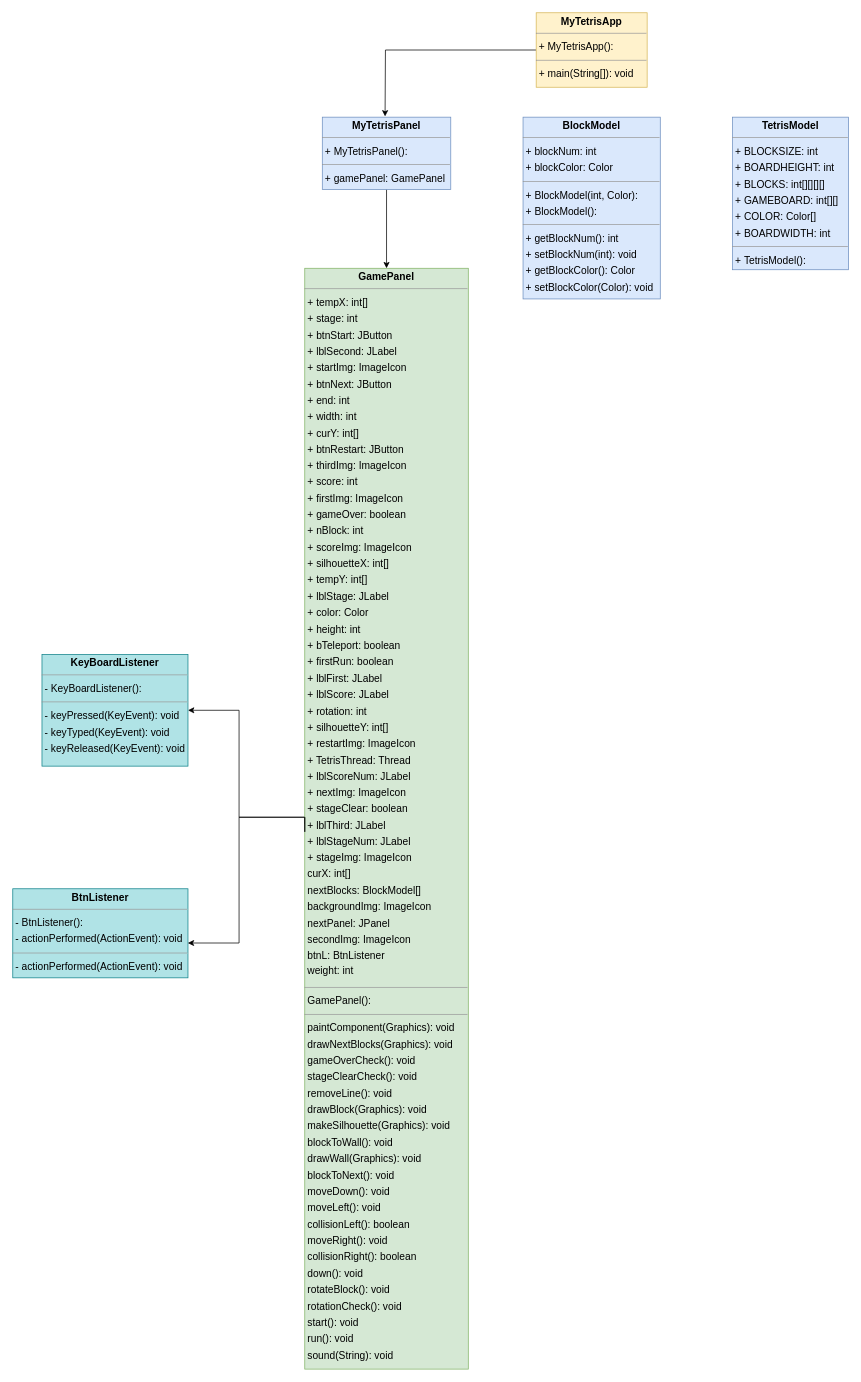
Earlier version of the draw.io diagram exported_from_idea.drawio (Yijun-Jeon/Tetris). Source tidied: cells renumbered, new cells numbered last; positions are measured from the earlier drawing's top-left corner, leaving out a move shared by most shapes. Both pictures are drawn from the tidied source at 73%, with x=0, y=0 at pixel (12, 12).
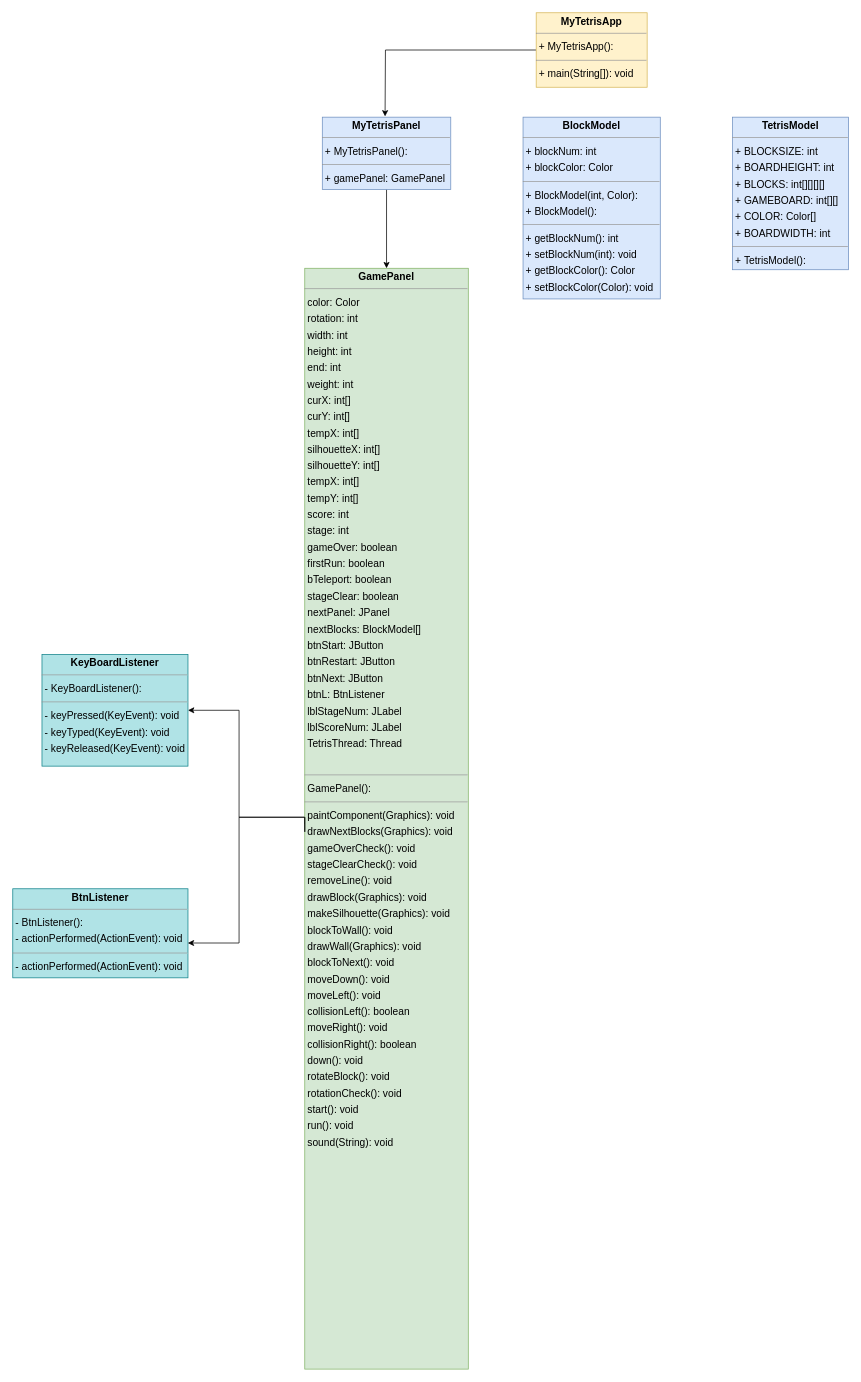
The same page after the edit.

Change to the diagram source:
```diff
@@
 <mxGraphModel>
   <root>
     <mxCell id="0" />
     <mxCell id="1" parent="0" />
     <mxCell id="2" value="&lt;p style=&quot;margin:0px;margin-top:4px;text-align:center;&quot;&gt;&lt;b&gt;BlockModel&lt;/b&gt;&lt;/p&gt;&lt;hr size=&quot;1&quot;&gt;&lt;p style=&quot;margin:0 0 0 4px;line-height:1.6;&quot;&gt;+ blockNum: int&lt;br&gt;+ blockColor: Color&lt;br&gt;&lt;/p&gt;&lt;hr size=&quot;1&quot;&gt;&lt;p style=&quot;margin:0 0 0 4px;line-height:1.6;&quot;&gt;+ BlockModel(int, Color): &lt;br&gt;+ BlockModel(): &lt;/p&gt;&lt;hr size=&quot;1&quot;&gt;&lt;p style=&quot;margin:0 0 0 4px;line-height:1.6;&quot;&gt;&lt;span style=&quot;&quot;&gt;+ getBlockNum(): int&lt;/span&gt;&lt;br style=&quot;&quot;&gt;&lt;span style=&quot;&quot;&gt;+ setBlockNum(int): void&lt;/span&gt;&lt;br style=&quot;&quot;&gt;&lt;span style=&quot;&quot;&gt;+ getBlockColor(): Color&lt;/span&gt;&lt;br style=&quot;&quot;&gt;&lt;span style=&quot;&quot;&gt;+ setBlockColor(Color): void&lt;/span&gt;&lt;br&gt;&lt;/p&gt;" style="verticalAlign=top;align=left;overflow=fill;fontSize=14;fontFamily=Helvetica;html=1;rounded=0;shadow=0;comic=0;labelBackgroundColor=none;strokeWidth=1;fillColor=#dae8fc;strokeColor=#6c8ebf;" parent="1" vertex="1">
       <mxGeometry x="699" y="143" width="188" height="249" as="geometry" />
     </mxCell>
     <mxCell id="3" value="&lt;p style=&quot;margin:0px;margin-top:4px;text-align:center;&quot;&gt;&lt;b&gt;BtnListener&lt;/b&gt;&lt;/p&gt;&lt;hr size=&quot;1&quot;&gt;&lt;p style=&quot;margin:0 0 0 4px;line-height:1.6;&quot;&gt;- BtnListener():&lt;br&gt;&lt;/p&gt;&lt;p style=&quot;margin:0 0 0 4px;line-height:1.6;&quot;&gt;- actionPerformed(ActionEvent): void&lt;/p&gt;&lt;hr size=&quot;1&quot;&gt;&lt;p style=&quot;margin:0 0 0 4px;line-height:1.6;&quot;&gt;- actionPerformed(ActionEvent): void&lt;br&gt;&lt;/p&gt;" style="verticalAlign=top;align=left;overflow=fill;fontSize=14;fontFamily=Helvetica;html=1;rounded=0;shadow=0;comic=0;labelBackgroundColor=none;strokeWidth=1;fillColor=#b0e3e6;strokeColor=#0e8088;" parent="1" vertex="1">
       <mxGeometry y="1200" width="240" height="122" as="geometry" />
     </mxCell>
     <mxCell id="4" style="edgeStyle=orthogonalEdgeStyle;rounded=0;jettySize=auto;html=1;entryX=1;entryY=0.5;entryDx=0;entryDy=0;exitX=0;exitY=0.505;exitDx=0;exitDy=0;exitPerimeter=0;" parent="1" edge="1" source="5" target="6">
       <mxGeometry relative="1" as="geometry">
         <Array as="points">
           <mxPoint x="400" y="1102" />
           <mxPoint x="310" y="1102" />
           <mxPoint x="310" y="956" />
         </Array>
       </mxGeometry>
     </mxCell>
-    <mxCell id="5" value="&lt;p style=&quot;margin:0px;margin-top:4px;text-align:center;&quot;&gt;&lt;b&gt;GamePanel&lt;/b&gt;&lt;/p&gt;&lt;hr size=&quot;1&quot;&gt;&lt;p style=&quot;margin:0 0 0 4px;line-height:1.6;&quot;&gt;+ tempX: int[]&lt;br&gt;+ stage: int&lt;br&gt;+ btnStart: JButton&lt;br&gt;+ lblSecond: JLabel&lt;br&gt;+ startImg: ImageIcon&lt;br&gt;+ btnNext: JButton&lt;br&gt;+ end: int&lt;br&gt;+ width: int&lt;br&gt;+ curY: int[]&lt;br&gt;+ btnRestart: JButton&lt;br&gt;+ thirdImg: ImageIcon&lt;br&gt;+ score: int&lt;br&gt;+ firstImg: ImageIcon&lt;br&gt;+ gameOver: boolean&lt;br&gt;+ nBlock: int&lt;br&gt;+ scoreImg: ImageIcon&lt;br&gt;+ silhouetteX: int[]&lt;br&gt;+ tempY: int[]&lt;br&gt;+ lblStage: JLabel&lt;br&gt;+ color: Color&lt;br&gt;+ height: int&lt;br&gt;+ bTeleport: boolean&lt;br&gt;+ firstRun: boolean&lt;br&gt;+ lblFirst: JLabel&lt;br&gt;+ lblScore: JLabel&lt;br&gt;+ rotation: int&lt;br&gt;+ silhouetteY: int[]&lt;br&gt;+ restartImg: ImageIcon&lt;br&gt;+ TetrisThread: Thread&lt;br&gt;+ lblScoreNum: JLabel&lt;br&gt;+ nextImg: ImageIcon&lt;br&gt;+ stageClear: boolean&lt;br&gt;+ lblThird: JLabel&lt;br&gt;+ lblStageNum: JLabel&lt;br&gt;+ stageImg: ImageIcon&lt;br&gt;curX: int[]&lt;br&gt;nextBlocks: BlockModel[]&lt;br&gt;backgroundImg: ImageIcon&lt;br&gt;nextPanel: JPanel&lt;br&gt;secondImg: ImageIcon&lt;br&gt;btnL: BtnListener&lt;br&gt;&lt;/p&gt;&lt;div style=&quot;text-align: justify;&quot;&gt;&lt;span style=&quot;background-color: initial;&quot;&gt;&amp;nbsp;weight: int&lt;/span&gt;&lt;/div&gt;&lt;p&gt;&lt;/p&gt;&lt;hr size=&quot;1&quot;&gt;&lt;p style=&quot;margin:0 0 0 4px;line-height:1.6;&quot;&gt;GamePanel(): &lt;/p&gt;&lt;hr size=&quot;1&quot;&gt;&lt;p style=&quot;margin:0 0 0 4px;line-height:1.6;&quot;&gt;paintComponent(Graphics): void&lt;/p&gt;&lt;p style=&quot;margin:0 0 0 4px;line-height:1.6;&quot;&gt;drawNextBlocks(Graphics): void&lt;/p&gt;&lt;p style=&quot;margin:0 0 0 4px;line-height:1.6;&quot;&gt;gameOverCheck(): void&lt;/p&gt;&lt;p style=&quot;margin:0 0 0 4px;line-height:1.6;&quot;&gt;stageClearCheck(): void&lt;br&gt;&lt;/p&gt;&lt;p style=&quot;margin:0 0 0 4px;line-height:1.6;&quot;&gt;removeLine(): void&lt;br&gt;&lt;/p&gt;&lt;p style=&quot;margin:0 0 0 4px;line-height:1.6;&quot;&gt;drawBlock(Graphics): void&lt;/p&gt;&lt;p style=&quot;margin:0 0 0 4px;line-height:1.6;&quot;&gt;makeSilhouette(Graphics): void&lt;/p&gt;&lt;p style=&quot;margin:0 0 0 4px;line-height:1.6;&quot;&gt;blockToWall(): void&lt;/p&gt;&lt;p style=&quot;margin:0 0 0 4px;line-height:1.6;&quot;&gt;&lt;span style=&quot;background-color: initial;&quot;&gt;drawWall(Graphics): void&lt;/span&gt;&lt;br&gt;&lt;/p&gt;&lt;p style=&quot;margin:0 0 0 4px;line-height:1.6;&quot;&gt;&lt;span style=&quot;background-color: initial;&quot;&gt;blockToNext(): void&lt;/span&gt;&lt;br&gt;&lt;/p&gt;&lt;p style=&quot;margin:0 0 0 4px;line-height:1.6;&quot;&gt;moveDown(): void&lt;span style=&quot;background-color: initial;&quot;&gt;&lt;br&gt;&lt;/span&gt;&lt;/p&gt;&lt;p style=&quot;margin:0 0 0 4px;line-height:1.6;&quot;&gt;moveLeft(): void&lt;br&gt;&lt;/p&gt;&lt;p style=&quot;margin:0 0 0 4px;line-height:1.6;&quot;&gt;collisionLeft(): boolean&lt;br&gt;&lt;/p&gt;&lt;p style=&quot;margin:0 0 0 4px;line-height:1.6;&quot;&gt;moveRight(): void&lt;br&gt;&lt;/p&gt;&lt;p style=&quot;margin:0 0 0 4px;line-height:1.6;&quot;&gt;collisionRight(): boolean&lt;br&gt;&lt;/p&gt;&lt;p style=&quot;margin:0 0 0 4px;line-height:1.6;&quot;&gt;down(): void&lt;/p&gt;&lt;p style=&quot;margin:0 0 0 4px;line-height:1.6;&quot;&gt;rotateBlock(): void&lt;br&gt;&lt;/p&gt;&lt;p style=&quot;margin:0 0 0 4px;line-height:1.6;&quot;&gt;rotationCheck(): void&lt;br&gt;&lt;/p&gt;&lt;p style=&quot;margin:0 0 0 4px;line-height:1.6;&quot;&gt;start(): void&lt;br&gt;&lt;/p&gt;&lt;p style=&quot;margin:0 0 0 4px;line-height:1.6;&quot;&gt;run(): void&lt;/p&gt;&lt;p style=&quot;margin:0 0 0 4px;line-height:1.6;&quot;&gt;sound(String): void&lt;/p&gt;&lt;p style=&quot;margin:0 0 0 4px;line-height:1.6;&quot;&gt;&lt;br&gt;&lt;/p&gt;" style="verticalAlign=top;align=left;overflow=fill;fontSize=14;fontFamily=Helvetica;html=1;rounded=0;shadow=0;comic=0;labelBackgroundColor=none;strokeWidth=1;fillColor=#d5e8d4;strokeColor=#82b366;" parent="1" vertex="1">
+    <mxCell id="5" value="&lt;p style=&quot;margin:0px;margin-top:4px;text-align:center;&quot;&gt;&lt;b&gt;GamePanel&lt;/b&gt;&lt;/p&gt;&lt;hr size=&quot;1&quot;&gt;&lt;p style=&quot;margin:0 0 0 4px;line-height:1.6;&quot;&gt;color: Color&lt;br&gt;&lt;/p&gt;&lt;p style=&quot;margin:0 0 0 4px;line-height:1.6;&quot;&gt;rotation: int&lt;br&gt;&lt;/p&gt;&lt;p style=&quot;margin:0 0 0 4px;line-height:1.6;&quot;&gt;width: int&lt;br&gt;&lt;/p&gt;&lt;p style=&quot;margin:0 0 0 4px;line-height:1.6;&quot;&gt;height: int&lt;br&gt;&lt;/p&gt;&lt;p style=&quot;margin:0 0 0 4px;line-height:1.6;&quot;&gt;end: int&lt;br&gt;&lt;/p&gt;&lt;p style=&quot;margin:0 0 0 4px;line-height:1.6;&quot;&gt;&lt;span style=&quot;text-align: justify;&quot;&gt;weight: int&lt;/span&gt;&lt;br&gt;&lt;/p&gt;&lt;p style=&quot;margin:0 0 0 4px;line-height:1.6;&quot;&gt;curX: int[]&lt;span style=&quot;text-align: justify;&quot;&gt;&lt;br&gt;&lt;/span&gt;&lt;/p&gt;&lt;p style=&quot;margin:0 0 0 4px;line-height:1.6;&quot;&gt;curY: int[]&lt;span style=&quot;text-align: justify;&quot;&gt;&lt;br&gt;&lt;/span&gt;&lt;/p&gt;&lt;p style=&quot;margin:0 0 0 4px;line-height:1.6;&quot;&gt;tempX: int[]&lt;/p&gt;&lt;p style=&quot;margin:0 0 0 4px;line-height:1.6;&quot;&gt;silhouetteX: int[]&lt;/p&gt;&lt;p style=&quot;margin:0 0 0 4px;line-height:1.6;&quot;&gt;silhouetteY: int[]&lt;/p&gt;&lt;p style=&quot;margin:0 0 0 4px;line-height:1.6;&quot;&gt;tempX: int[]&lt;/p&gt;&lt;p style=&quot;margin:0 0 0 4px;line-height:1.6;&quot;&gt;tempY: int[]&lt;/p&gt;&lt;p style=&quot;margin:0 0 0 4px;line-height:1.6;&quot;&gt;score: int&lt;br&gt;stage: int&lt;/p&gt;&lt;p style=&quot;margin:0 0 0 4px;line-height:1.6;&quot;&gt;gameOver: boolean&lt;/p&gt;&lt;p style=&quot;margin:0 0 0 4px;line-height:1.6;&quot;&gt;firstRun: boolean&lt;/p&gt;&lt;p style=&quot;margin:0 0 0 4px;line-height:1.6;&quot;&gt;bTeleport: boolean&lt;/p&gt;&lt;p style=&quot;margin:0 0 0 4px;line-height:1.6;&quot;&gt;stageClear: boolean&lt;/p&gt;&lt;p style=&quot;margin:0 0 0 4px;line-height:1.6;&quot;&gt;nextPanel: JPanel&lt;/p&gt;&lt;p style=&quot;margin:0 0 0 4px;line-height:1.6;&quot;&gt;nextBlocks: BlockModel[]&lt;/p&gt;&lt;p style=&quot;margin:0 0 0 4px;line-height:1.6;&quot;&gt;btnStart: JButton&lt;br&gt;&lt;/p&gt;&lt;p style=&quot;margin:0 0 0 4px;line-height:1.6;&quot;&gt;btnRestart: JButton&lt;br&gt;&lt;/p&gt;&lt;p style=&quot;margin:0 0 0 4px;line-height:1.6;&quot;&gt;btnNext: JButton&lt;br&gt;&lt;/p&gt;&lt;p style=&quot;margin:0 0 0 4px;line-height:1.6;&quot;&gt;btnL: BtnListener&lt;br&gt;&lt;/p&gt;&lt;p style=&quot;margin:0 0 0 4px;line-height:1.6;&quot;&gt;lblStageNum: JLabel&lt;br&gt;&lt;/p&gt;&lt;p style=&quot;margin:0 0 0 4px;line-height:1.6;&quot;&gt;lblScoreNum: JLabel&lt;br&gt;&lt;/p&gt;&lt;p style=&quot;margin:0 0 0 4px;line-height:1.6;&quot;&gt;&lt;span style=&quot;background-color: initial;&quot;&gt;TetrisThread: Thread&lt;/span&gt;&lt;/p&gt;&lt;br&gt;&lt;p&gt;&lt;/p&gt;&lt;hr size=&quot;1&quot;&gt;&lt;p style=&quot;margin:0 0 0 4px;line-height:1.6;&quot;&gt;GamePanel(): &lt;/p&gt;&lt;hr size=&quot;1&quot;&gt;&lt;p style=&quot;margin:0 0 0 4px;line-height:1.6;&quot;&gt;paintComponent(Graphics): void&lt;/p&gt;&lt;p style=&quot;margin:0 0 0 4px;line-height:1.6;&quot;&gt;drawNextBlocks(Graphics): void&lt;/p&gt;&lt;p style=&quot;margin:0 0 0 4px;line-height:1.6;&quot;&gt;gameOverCheck(): void&lt;/p&gt;&lt;p style=&quot;margin:0 0 0 4px;line-height:1.6;&quot;&gt;stageClearCheck(): void&lt;br&gt;&lt;/p&gt;&lt;p style=&quot;margin:0 0 0 4px;line-height:1.6;&quot;&gt;removeLine(): void&lt;br&gt;&lt;/p&gt;&lt;p style=&quot;margin:0 0 0 4px;line-height:1.6;&quot;&gt;drawBlock(Graphics): void&lt;/p&gt;&lt;p style=&quot;margin:0 0 0 4px;line-height:1.6;&quot;&gt;makeSilhouette(Graphics): void&lt;/p&gt;&lt;p style=&quot;margin:0 0 0 4px;line-height:1.6;&quot;&gt;blockToWall(): void&lt;/p&gt;&lt;p style=&quot;margin:0 0 0 4px;line-height:1.6;&quot;&gt;&lt;span style=&quot;background-color: initial;&quot;&gt;drawWall(Graphics): void&lt;/span&gt;&lt;br&gt;&lt;/p&gt;&lt;p style=&quot;margin:0 0 0 4px;line-height:1.6;&quot;&gt;&lt;span style=&quot;background-color: initial;&quot;&gt;blockToNext(): void&lt;/span&gt;&lt;br&gt;&lt;/p&gt;&lt;p style=&quot;margin:0 0 0 4px;line-height:1.6;&quot;&gt;moveDown(): void&lt;span style=&quot;background-color: initial;&quot;&gt;&lt;br&gt;&lt;/span&gt;&lt;/p&gt;&lt;p style=&quot;margin:0 0 0 4px;line-height:1.6;&quot;&gt;moveLeft(): void&lt;br&gt;&lt;/p&gt;&lt;p style=&quot;margin:0 0 0 4px;line-height:1.6;&quot;&gt;collisionLeft(): boolean&lt;br&gt;&lt;/p&gt;&lt;p style=&quot;margin:0 0 0 4px;line-height:1.6;&quot;&gt;moveRight(): void&lt;br&gt;&lt;/p&gt;&lt;p style=&quot;margin:0 0 0 4px;line-height:1.6;&quot;&gt;collisionRight(): boolean&lt;br&gt;&lt;/p&gt;&lt;p style=&quot;margin:0 0 0 4px;line-height:1.6;&quot;&gt;down(): void&lt;/p&gt;&lt;p style=&quot;margin:0 0 0 4px;line-height:1.6;&quot;&gt;rotateBlock(): void&lt;br&gt;&lt;/p&gt;&lt;p style=&quot;margin:0 0 0 4px;line-height:1.6;&quot;&gt;rotationCheck(): void&lt;br&gt;&lt;/p&gt;&lt;p style=&quot;margin:0 0 0 4px;line-height:1.6;&quot;&gt;start(): void&lt;br&gt;&lt;/p&gt;&lt;p style=&quot;margin:0 0 0 4px;line-height:1.6;&quot;&gt;run(): void&lt;/p&gt;&lt;p style=&quot;margin:0 0 0 4px;line-height:1.6;&quot;&gt;sound(String): void&lt;/p&gt;&lt;p style=&quot;margin:0 0 0 4px;line-height:1.6;&quot;&gt;&lt;br&gt;&lt;/p&gt;" style="verticalAlign=top;align=left;overflow=fill;fontSize=14;fontFamily=Helvetica;html=1;rounded=0;shadow=0;comic=0;labelBackgroundColor=none;strokeWidth=1;fillColor=#d5e8d4;strokeColor=#82b366;" parent="1" vertex="1">
       <mxGeometry x="400" y="350" width="224" height="1508" as="geometry" />
     </mxCell>
     <mxCell id="6" value="&lt;p style=&quot;margin:0px;margin-top:4px;text-align:center;&quot;&gt;&lt;b&gt;KeyBoardListener&lt;/b&gt;&lt;/p&gt;&lt;hr size=&quot;1&quot;&gt;&lt;p style=&quot;margin:0 0 0 4px;line-height:1.6;&quot;&gt;- KeyBoardListener():&lt;br&gt;&lt;/p&gt;&lt;hr size=&quot;1&quot;&gt;&lt;p style=&quot;margin:0 0 0 4px;line-height:1.6;&quot;&gt;&lt;span style=&quot;background-color: initial;&quot;&gt;- keyPressed(KeyEvent): void&lt;/span&gt;&lt;br&gt;&lt;/p&gt;&lt;p style=&quot;margin:0 0 0 4px;line-height:1.6;&quot;&gt;- keyTyped(KeyEvent): void&lt;br&gt;- keyReleased(KeyEvent): void&lt;br&gt;&lt;/p&gt;&lt;div&gt;&lt;br&gt;&lt;/div&gt;" style="verticalAlign=top;align=left;overflow=fill;fontSize=14;fontFamily=Helvetica;html=1;rounded=0;shadow=0;comic=0;labelBackgroundColor=none;strokeWidth=1;fillColor=#b0e3e6;strokeColor=#0e8088;" parent="1" vertex="1">
       <mxGeometry x="40" y="879" width="200" height="153" as="geometry" />
     </mxCell>
     <mxCell id="7" style="edgeStyle=orthogonalEdgeStyle;rounded=0;jettySize=auto;html=1;" parent="1" edge="1" source="8">
       <mxGeometry relative="1" as="geometry">
         <mxPoint x="510" y="142" as="targetPoint" />
       </mxGeometry>
     </mxCell>
     <mxCell id="8" value="&lt;p style=&quot;margin:0px;margin-top:4px;text-align:center;&quot;&gt;&lt;b&gt;MyTetrisApp&lt;/b&gt;&lt;/p&gt;&lt;hr size=&quot;1&quot;&gt;&lt;p style=&quot;margin:0 0 0 4px;line-height:1.6;&quot;&gt;+ MyTetrisApp():&lt;br&gt;&lt;/p&gt;&lt;hr size=&quot;1&quot;&gt;&lt;p style=&quot;margin:0 0 0 4px;line-height:1.6;&quot;&gt;&lt;span style=&quot;background-color: initial;&quot;&gt;+ main(String[]): void&lt;/span&gt;&lt;br&gt;&lt;/p&gt;" style="verticalAlign=top;align=left;overflow=fill;fontSize=14;fontFamily=Helvetica;html=1;rounded=0;shadow=0;comic=0;labelBackgroundColor=none;strokeWidth=1;fillColor=#fff2cc;strokeColor=#d6b656;" parent="1" vertex="1">
       <mxGeometry x="717" width="152" height="102" as="geometry" />
     </mxCell>
     <mxCell id="9" style="edgeStyle=orthogonalEdgeStyle;rounded=0;jettySize=auto;html=1;" parent="1" edge="1" source="10" target="5">
       <mxGeometry relative="1" as="geometry" />
     </mxCell>
     <mxCell id="10" value="&lt;p style=&quot;margin:0px;margin-top:4px;text-align:center;&quot;&gt;&lt;b&gt;MyTetrisPanel&lt;/b&gt;&lt;/p&gt;&lt;hr size=&quot;1&quot;/&gt;&lt;p style=&quot;margin:0 0 0 4px;line-height:1.6;&quot;&gt;+ MyTetrisPanel(): &lt;/p&gt;&lt;hr size=&quot;1&quot;/&gt;&lt;p style=&quot;margin:0 0 0 4px;line-height:1.6;&quot;&gt;+ gamePanel: GamePanel&lt;/p&gt;" style="verticalAlign=top;align=left;overflow=fill;fontSize=14;fontFamily=Helvetica;html=1;rounded=0;shadow=0;comic=0;labelBackgroundColor=none;strokeWidth=1;fillColor=#dae8fc;strokeColor=#6c8ebf;" parent="1" vertex="1">
       <mxGeometry x="424" y="143" width="176" height="99" as="geometry" />
     </mxCell>
     <mxCell id="11" value="&lt;p style=&quot;margin:0px;margin-top:4px;text-align:center;&quot;&gt;&lt;b&gt;TetrisModel&lt;/b&gt;&lt;/p&gt;&lt;hr size=&quot;1&quot;&gt;&lt;p style=&quot;margin:0 0 0 4px;line-height:1.6;&quot;&gt;&lt;span style=&quot;&quot;&gt;+ BLOCKSIZE: int&lt;/span&gt;&lt;br style=&quot;&quot;&gt;&lt;span style=&quot;&quot;&gt;+ BOARDHEIGHT: int&lt;/span&gt;&lt;br style=&quot;&quot;&gt;&lt;span style=&quot;&quot;&gt;+ BLOCKS: int[][][][]&lt;/span&gt;&lt;br style=&quot;&quot;&gt;&lt;span style=&quot;&quot;&gt;+ GAMEBOARD: int[][]&lt;/span&gt;&lt;br style=&quot;&quot;&gt;&lt;span style=&quot;&quot;&gt;+ COLOR: Color[]&lt;/span&gt;&lt;br style=&quot;&quot;&gt;&lt;span style=&quot;&quot;&gt;+ BOARDWIDTH: int&lt;/span&gt;&lt;br&gt;&lt;/p&gt;&lt;hr size=&quot;1&quot;&gt;&lt;p style=&quot;margin:0 0 0 4px;line-height:1.6;&quot;&gt;&lt;span style=&quot;&quot;&gt;+&amp;nbsp;&lt;/span&gt;&lt;span style=&quot;&quot;&gt;TetrisModel():&lt;/span&gt;&lt;br&gt;&lt;/p&gt;" style="verticalAlign=top;align=left;overflow=fill;fontSize=14;fontFamily=Helvetica;html=1;rounded=0;shadow=0;comic=0;labelBackgroundColor=none;strokeWidth=1;fillColor=#dae8fc;strokeColor=#6c8ebf;" parent="1" vertex="1">
       <mxGeometry x="986" y="143" width="159" height="209" as="geometry" />
     </mxCell>
     <mxCell id="12" style="edgeStyle=orthogonalEdgeStyle;rounded=0;jettySize=auto;html=1;entryX=0.999;entryY=0.609;entryDx=0;entryDy=0;entryPerimeter=0;" parent="1" edge="1" target="3">
       <mxGeometry relative="1" as="geometry">
         <mxPoint x="400" y="1102" as="sourcePoint" />
         <Array as="points">
           <mxPoint x="400" y="1122" />
           <mxPoint x="400" y="1102" />
           <mxPoint x="310" y="1102" />
           <mxPoint x="310" y="1262" />
         </Array>
       </mxGeometry>
     </mxCell>
   </root>
 </mxGraphModel>
```
